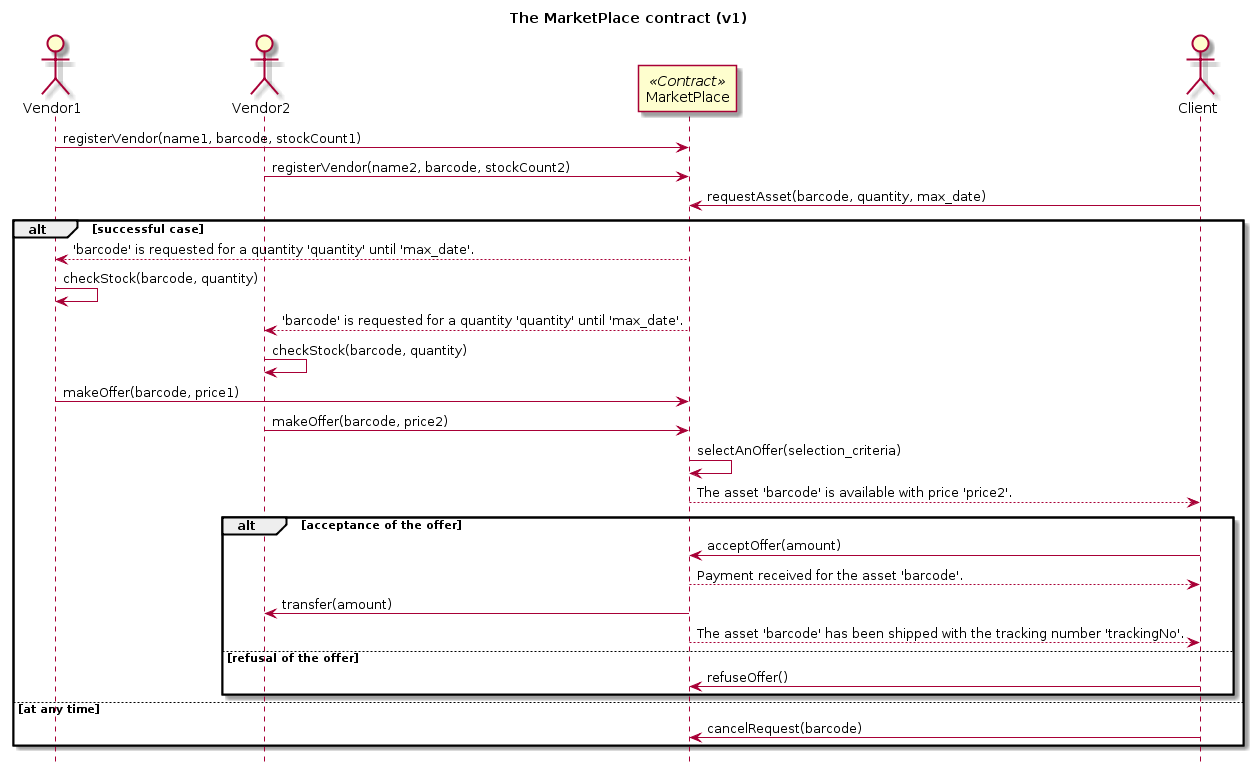
ogurcan/blockchain keeps this PlantUML diagram as ethereum/local-private-network/contracts/04-MarketPlace-v01/sequence_diagram.png. Above is the earlier version. Source of this version:
```plantuml
@startuml
hide footbox
title The MarketPlace contract (v1)

actor Vendor1
actor Vendor2
participant MarketPlace <<Contract>>
actor Client

Vendor1->MarketPlace : registerVendor(name1, barcode, stockCount1)
Vendor2->MarketPlace : registerVendor(name2, barcode, stockCount2)
Client->MarketPlace : requestAsset(barcode, quantity, max_date)

alt successful case
   MarketPlace-->Vendor1 : 'barcode' is requested for a quantity 'quantity' until 'max_date'.
   Vendor1->Vendor1 : checkStock(barcode, quantity)
   MarketPlace-->Vendor2 : 'barcode' is requested for a quantity 'quantity' until 'max_date'.
   Vendor2->Vendor2 : checkStock(barcode, quantity)
   Vendor1->MarketPlace : makeOffer(barcode, price1)
   Vendor2->MarketPlace : makeOffer(barcode, price2)
   MarketPlace->MarketPlace : selectAnOffer(selection_criteria)
   MarketPlace-->Client : The asset 'barcode' is available with price 'price2'.
   alt acceptance of the offer
      Client->MarketPlace : acceptOffer(amount)
      MarketPlace-->Client : Payment received for the asset 'barcode'.
      MarketPlace-> Vendor2: transfer(amount)
      MarketPlace-->Client : The asset 'barcode' has been shipped with the tracking number 'trackingNo'.
   else refusal of the offer
      Client->MarketPlace : refuseOffer()
   end
else at any time
   Client->MarketPlace : cancelRequest(barcode)
end
@enduml
```
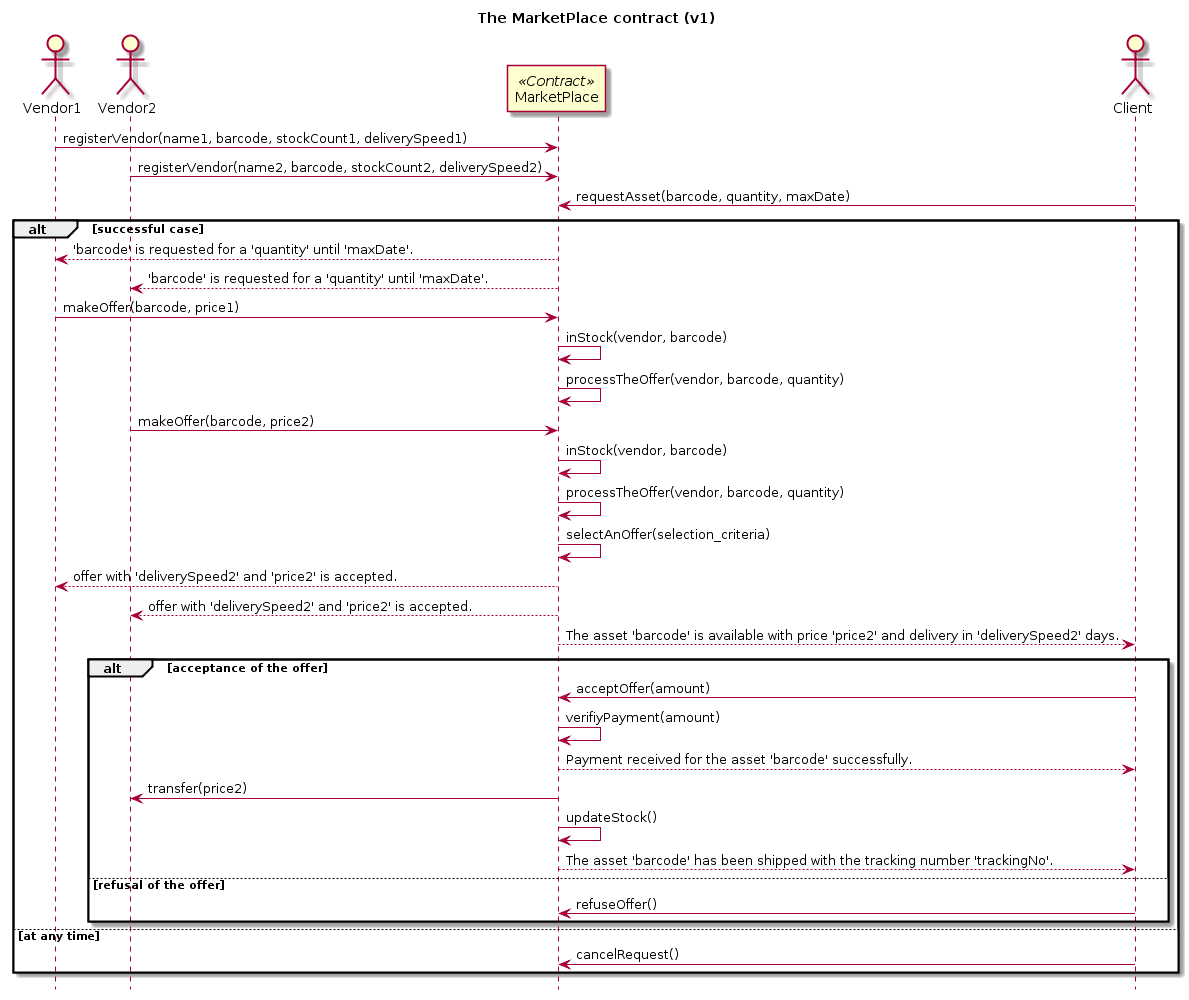
Above is the later version.

Commit message:
Update the sequence diagram.

The edit, as a diff of the source:
```diff
@@ -7,28 +7,34 @@
 participant MarketPlace <<Contract>>
 actor Client
 
-Vendor1->MarketPlace : registerVendor(name1, barcode, stockCount1)
-Vendor2->MarketPlace : registerVendor(name2, barcode, stockCount2)
-Client->MarketPlace : requestAsset(barcode, quantity, max_date)
+Vendor1->MarketPlace : registerVendor(name1, barcode, stockCount1, deliverySpeed1)
+Vendor2->MarketPlace : registerVendor(name2, barcode, stockCount2, deliverySpeed2)
+Client->MarketPlace : requestAsset(barcode, quantity, maxDate)
 
 alt successful case
-   MarketPlace-->Vendor1 : 'barcode' is requested for a quantity 'quantity' until 'max_date'.
-   Vendor1->Vendor1 : checkStock(barcode, quantity)
-   MarketPlace-->Vendor2 : 'barcode' is requested for a quantity 'quantity' until 'max_date'.
-   Vendor2->Vendor2 : checkStock(barcode, quantity)
+   MarketPlace-->Vendor1 : 'barcode' is requested for a 'quantity' until 'maxDate'.
+   MarketPlace-->Vendor2 : 'barcode' is requested for a 'quantity' until 'maxDate'.
    Vendor1->MarketPlace : makeOffer(barcode, price1)
+   MarketPlace->MarketPlace : inStock(vendor, barcode)
+   MarketPlace->MarketPlace : processTheOffer(vendor, barcode, quantity)
    Vendor2->MarketPlace : makeOffer(barcode, price2)
+   MarketPlace->MarketPlace : inStock(vendor, barcode)
+   MarketPlace->MarketPlace : processTheOffer(vendor, barcode, quantity)
    MarketPlace->MarketPlace : selectAnOffer(selection_criteria)
-   MarketPlace-->Client : The asset 'barcode' is available with price 'price2'.
+   MarketPlace-->Vendor1 : offer with 'deliverySpeed2' and 'price2' is accepted.
+   MarketPlace-->Vendor2 : offer with 'deliverySpeed2' and 'price2' is accepted.
+   MarketPlace-->Client : The asset 'barcode' is available with price 'price2' and delivery in 'deliverySpeed2' days.
    alt acceptance of the offer
       Client->MarketPlace : acceptOffer(amount)
-      MarketPlace-->Client : Payment received for the asset 'barcode'.
-      MarketPlace-> Vendor2: transfer(amount)
+      MarketPlace->MarketPlace : verifiyPayment(amount)
+      MarketPlace-->Client : Payment received for the asset 'barcode' successfully.
+      MarketPlace-> Vendor2: transfer(price2)
+      MarketPlace->MarketPlace : updateStock()
       MarketPlace-->Client : The asset 'barcode' has been shipped with the tracking number 'trackingNo'.
    else refusal of the offer
       Client->MarketPlace : refuseOffer()
    end
 else at any time
-   Client->MarketPlace : cancelRequest(barcode)
+   Client->MarketPlace : cancelRequest()
 end
 @enduml
```
